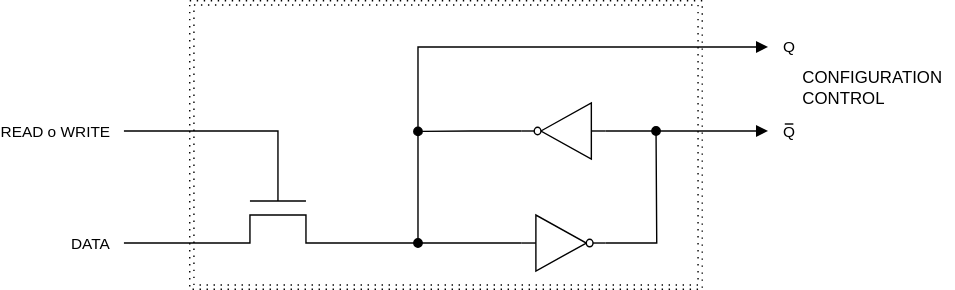
Earlier version of the draw.io export .pic/Introduction/How FPGA works/fig_13.drawio.svg (MPSU/APS). Source tidied: cells renumbered, new cells last; positions are measured from the earlier drawing's top-left corner, leaving out a move shared by most shapes.
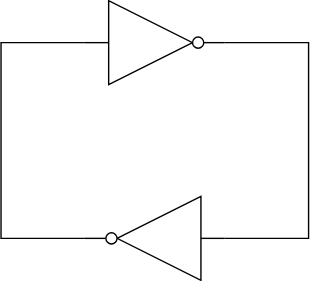
The same diagram one commit later.

Change to the diagram source:
```diff
@@ -2,90 +2,27 @@
   <root>
     <mxCell id="0" />
     <mxCell id="1" parent="0" />
-    <mxCell id="2" style="rounded=0;whiteSpace=wrap;html=1;dashed=1;dashPattern=1 4;fillColor=none;" parent="1" vertex="1">
-      <mxGeometry x="50" y="3" width="360" height="200" as="geometry" />
+    <mxCell id="2" style="verticalLabelPosition=bottom;shadow=0;dashed=0;align=center;html=1;verticalAlign=top;shape=mxgraph.electrical.logic_gates.inverter_2;" parent="1" vertex="1">
+      <mxGeometry x="50" y="3" width="100" height="60" as="geometry" />
     </mxCell>
-    <mxCell id="3" style="edgeStyle=orthogonalEdgeStyle;rounded=0;jettySize=auto;html=1;exitX=1;exitY=0.5;exitDx=0;exitDy=0;exitPerimeter=0;endArrow=oval;endFill=1;" parent="1" edge="1" source="4">
-      <mxGeometry relative="1" as="geometry">
-        <mxPoint x="380" y="93" as="targetPoint" />
-      </mxGeometry>
+    <mxCell id="3" style="verticalLabelPosition=bottom;shadow=0;dashed=0;align=center;html=1;verticalAlign=top;shape=mxgraph.electrical.logic_gates.inverter_2;rotation=-180;" parent="1" vertex="1">
+      <mxGeometry x="50" y="143" width="100" height="60" as="geometry" />
     </mxCell>
-    <mxCell id="4" style="verticalLabelPosition=bottom;shadow=0;dashed=0;align=center;html=1;verticalAlign=top;shape=mxgraph.electrical.logic_gates.inverter_2;" parent="1" vertex="1">
-      <mxGeometry x="284" y="153" width="60" height="40" as="geometry" />
+    <mxCell id="4" style="edgeStyle=orthogonalEdgeStyle;rounded=0;jettySize=auto;html=1;exitX=1;exitY=0.5;exitDx=0;exitDy=0;exitPerimeter=0;entryX=0;entryY=0.5;entryDx=0;entryDy=0;entryPerimeter=0;endArrow=none;endFill=0;" parent="1" edge="1" source="2" target="3">
+      <mxGeometry relative="1" as="geometry">
+        <Array as="points">
+          <mxPoint x="210" y="33" />
+          <mxPoint x="210" y="173" />
+        </Array>
+      </mxGeometry>
     </mxCell>
-    <mxCell id="5" style="edgeStyle=orthogonalEdgeStyle;rounded=0;jettySize=auto;html=1;exitX=1;exitY=0.5;exitDx=0;exitDy=0;exitPerimeter=0;endArrow=oval;endFill=1;" parent="1" edge="1" source="6">
+    <mxCell id="5" style="edgeStyle=orthogonalEdgeStyle;rounded=0;jettySize=auto;html=1;exitX=1;exitY=0.5;exitDx=0;exitDy=0;exitPerimeter=0;entryX=0;entryY=0.5;entryDx=0;entryDy=0;entryPerimeter=0;endArrow=none;endFill=0;" parent="1" edge="1" source="3" target="2">
       <mxGeometry relative="1" as="geometry">
-        <mxPoint x="210" y="93.3" as="targetPoint" />
+        <Array as="points">
+          <mxPoint x="-10" y="173" />
+          <mxPoint x="-10" y="33" />
+        </Array>
       </mxGeometry>
     </mxCell>
-    <mxCell id="6" style="verticalLabelPosition=bottom;shadow=0;dashed=0;align=center;html=1;verticalAlign=top;shape=mxgraph.electrical.logic_gates.inverter_2;rotation=-180;" parent="1" vertex="1">
-      <mxGeometry x="284" y="73" width="60" height="40" as="geometry" />
-    </mxCell>
-    <mxCell id="7" style="endArrow=none;html=1;rounded=0;entryX=0;entryY=0.5;entryDx=0;entryDy=0;entryPerimeter=0;" parent="1" edge="1" target="4">
-      <mxGeometry relative="1" as="geometry">
-        <mxPoint y="173" as="sourcePoint" />
-        <Array as="points">
-          <mxPoint x="90" y="173" />
-          <mxPoint x="90" y="153" />
-          <mxPoint x="130" y="153" />
-          <mxPoint x="130" y="173" />
-        </Array>
-      </mxGeometry>
-    </mxCell>
-    <mxCell id="8" value="DATA" style="edgeLabel;html=1;align=center;verticalAlign=middle;" parent="7" vertex="1">
-      <mxGeometry x="-0.89" y="2" relative="1" as="geometry">
-        <mxPoint x="-43" y="2" as="offset" />
-      </mxGeometry>
-    </mxCell>
-    <mxCell id="9" style="endArrow=none;html=1;rounded=0;" parent="1" edge="1">
-      <mxGeometry relative="1" as="geometry">
-        <mxPoint x="90" y="143" as="sourcePoint" />
-        <mxPoint x="130" y="143" as="targetPoint" />
-      </mxGeometry>
-    </mxCell>
-    <mxCell id="10" style="endArrow=none;html=1;rounded=0;" parent="1" edge="1">
-      <mxGeometry relative="1" as="geometry">
-        <mxPoint y="93" as="sourcePoint" />
-        <mxPoint x="110" y="143" as="targetPoint" />
-        <Array as="points">
-          <mxPoint x="110" y="93" />
-        </Array>
-      </mxGeometry>
-    </mxCell>
-    <mxCell id="11" value="READ o WRITE" style="edgeLabel;html=1;align=center;verticalAlign=middle;" parent="10" vertex="1">
-      <mxGeometry x="-0.76" y="2" relative="1" as="geometry">
-        <mxPoint x="-69" y="2" as="offset" />
-      </mxGeometry>
-    </mxCell>
-    <mxCell id="12" style="endArrow=block;html=1;rounded=0;exitX=0;exitY=0.5;exitDx=0;exitDy=0;exitPerimeter=0;endFill=1;" parent="1" edge="1" source="6">
-      <mxGeometry relative="1" as="geometry">
-        <mxPoint x="460" y="93" as="targetPoint" />
-      </mxGeometry>
-    </mxCell>
-    <mxCell id="13" value="&lt;p style=&quot;line-height: 100%;&quot;&gt;&lt;u&gt;&amp;nbsp;&amp;nbsp;&lt;/u&gt;&lt;br&gt;Q&lt;/p&gt;" style="edgeLabel;html=1;align=center;verticalAlign=middle;fontStyle=0;" parent="12" vertex="1">
-      <mxGeometry x="0.52" y="-2" relative="1" as="geometry">
-        <mxPoint x="42" y="-8" as="offset" />
-      </mxGeometry>
-    </mxCell>
-    <mxCell id="14" style="endArrow=block;html=1;rounded=0;endFill=1;startArrow=oval;startFill=1;" parent="1" edge="1">
-      <mxGeometry relative="1" as="geometry">
-        <mxPoint x="210" y="173" as="sourcePoint" />
-        <mxPoint x="460" y="33" as="targetPoint" />
-        <Array as="points">
-          <mxPoint x="210" y="33" />
-        </Array>
-      </mxGeometry>
-    </mxCell>
-    <mxCell id="15" value="Q" style="edgeLabel;html=1;align=center;verticalAlign=middle;" parent="14" vertex="1">
-      <mxGeometry x="0.89" y="2" relative="1" as="geometry">
-        <mxPoint x="36" y="1" as="offset" />
-      </mxGeometry>
-    </mxCell>
-    <mxCell id="16" value="&lt;span style=&quot;text-wrap: nowrap;&quot;&gt;CONFIGURATION&lt;br&gt;CONTROL&lt;/span&gt;" style="text;html=1;align=left;verticalAlign=middle;whiteSpace=wrap;rounded=0;" parent="1" vertex="1">
-      <mxGeometry x="483" y="37" width="110" height="50" as="geometry" />
-    </mxCell>
-    <mxCell id="17" style="rounded=0;whiteSpace=wrap;html=1;dashed=1;dashPattern=1 4;fillColor=none;" parent="1" vertex="1">
-      <mxGeometry x="47" width="366" height="206" as="geometry" />
-    </mxCell>
   </root>
 </mxGraphModel>
```
